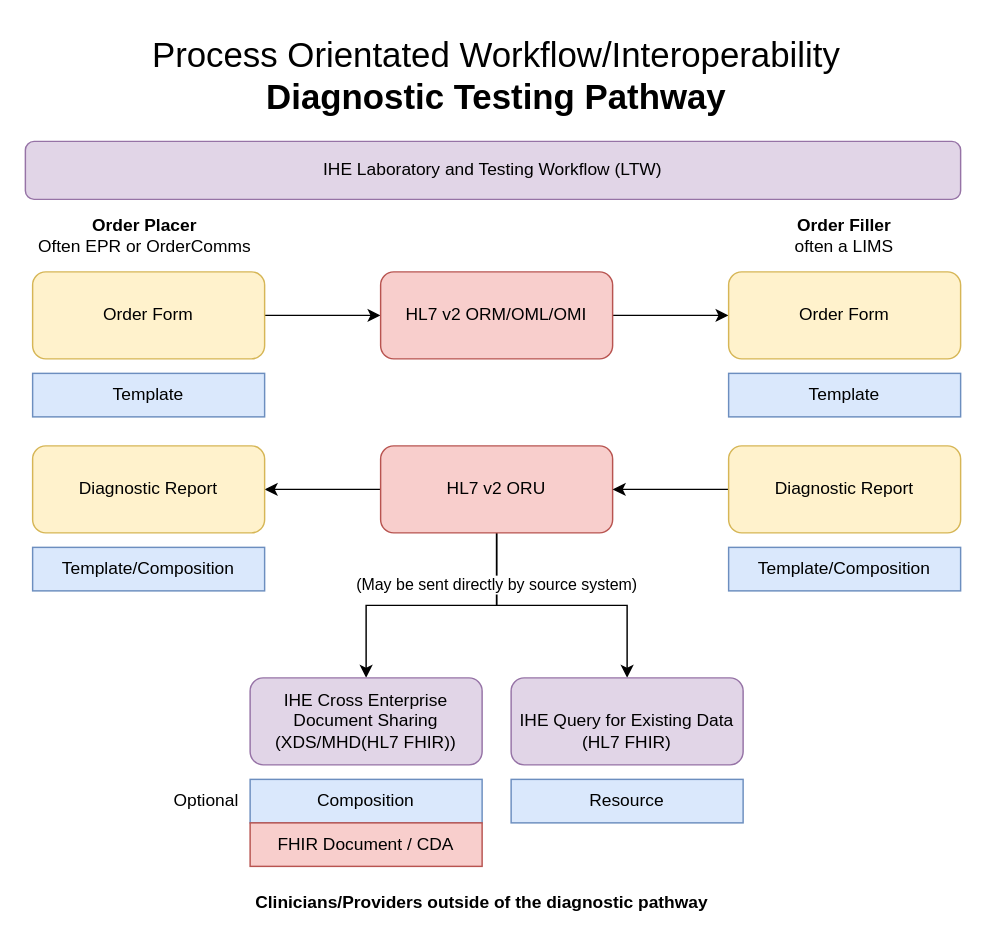
uk-gov-mirror/nw-gmsa.nw-gmsa.github.com keeps this draw.io diagram as DrawIo/Standardising Health.drawio. Above is the earlier version. Source tidied: cells renumbered, new cells numbered last; positions are measured from the earlier drawing's top-left corner, leaving out a move shared by most shapes. Both pictures are drawn from the tidied source at 145%, with x=0, y=0 at pixel (25, 25).
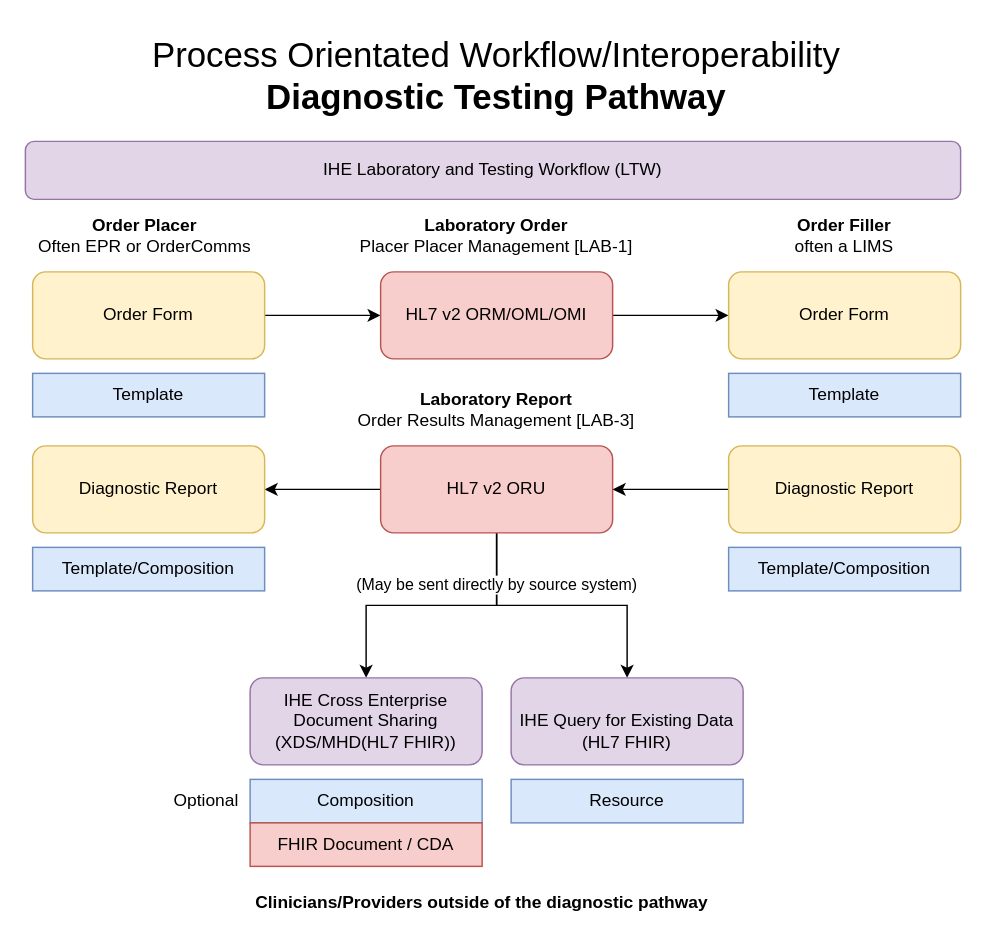
The same diagram, later.

Commit message (it also covers changes not shown here):
Genomic Test Order and Report Example Scenario

Diff of the diagram source:
```diff
@@
+    <mxCell id="30" value="&lt;b&gt;Laboratory Order&lt;/b&gt;&lt;br&gt;Placer Placer Management [LAB-1]" style="text;html=1;whiteSpace=wrap;strokeColor=none;fillColor=none;align=center;verticalAlign=middle;rounded=0;" parent="1" vertex="1">
+      <mxGeometry x="220" y="130" width="210" height="30" as="geometry" />
+    </mxCell>
+    <mxCell id="31" value="&lt;b&gt;Laboratory Report&lt;/b&gt;&lt;br&gt;Order Results Management [LAB-3]" style="text;html=1;whiteSpace=wrap;strokeColor=none;fillColor=none;align=center;verticalAlign=middle;rounded=0;" parent="1" vertex="1">
+      <mxGeometry x="220" y="250" width="210" height="30" as="geometry" />
+    </mxCell>
```
